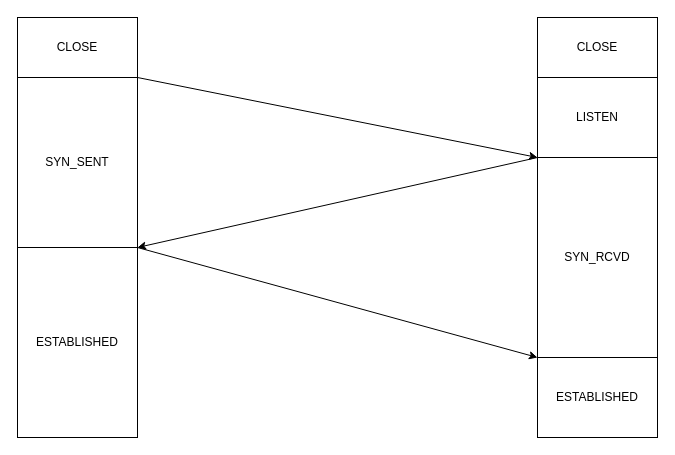
ayher/drawIo keeps this draw.io diagram as 未命名绘图.drawio. Above is the earlier version. Source tidied: cells renumbered, new cells numbered last; positions are measured from the earlier drawing's top-left corner, leaving out a move shared by most shapes. Both pictures are drawn from the tidied source at 100%, with x=0, y=0 at pixel (17, 17).
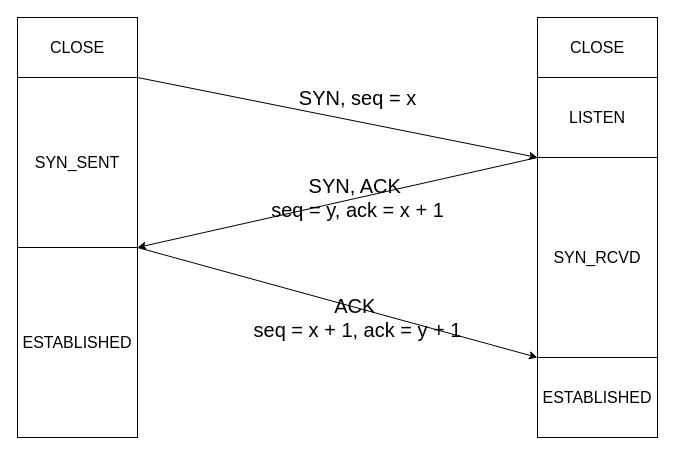
The same diagram, later.

Commit message (it also covers changes not shown here):
更新未命名绘图.drawio

The edit, as a diff of the source:
```diff
@@
 <mxGraphModel>
   <root>
     <mxCell id="0" />
     <mxCell id="1" parent="0" />
-    <mxCell id="2" value="CLOSE" style="rounded=0;whiteSpace=wrap;html=1;" parent="1" vertex="1">
+    <mxCell id="2" value="CLOSE" style="rounded=0;whiteSpace=wrap;html=1;fontSize=16;" parent="1" vertex="1">
       <mxGeometry width="120" height="60" as="geometry" />
     </mxCell>
-    <mxCell id="3" value="CLOSE" style="rounded=0;whiteSpace=wrap;html=1;" parent="1" vertex="1">
+    <mxCell id="3" value="CLOSE" style="rounded=0;whiteSpace=wrap;html=1;fontSize=16;" parent="1" vertex="1">
       <mxGeometry x="520" width="120" height="60" as="geometry" />
     </mxCell>
-    <mxCell id="4" value="SYN_SENT" style="rounded=0;whiteSpace=wrap;html=1;" parent="1" vertex="1">
+    <mxCell id="4" value="SYN_SENT" style="rounded=0;whiteSpace=wrap;html=1;fontSize=16;" parent="1" vertex="1">
       <mxGeometry y="60" width="120" height="170" as="geometry" />
     </mxCell>
-    <mxCell id="5" value="SYN_RCVD" style="rounded=0;whiteSpace=wrap;html=1;" parent="1" vertex="1">
+    <mxCell id="5" value="SYN_RCVD" style="rounded=0;whiteSpace=wrap;html=1;fontSize=16;" parent="1" vertex="1">
       <mxGeometry x="520" y="140" width="120" height="200" as="geometry" />
     </mxCell>
-    <mxCell id="6" style="endArrow=classic;html=1;rounded=0;exitX=1;exitY=1;exitDx=0;exitDy=0;entryX=0;entryY=0;entryDx=0;entryDy=0;" parent="1" edge="1" source="2" target="5">
+    <mxCell id="6" style="endArrow=classic;html=1;rounded=0;exitX=1;exitY=1;exitDx=0;exitDy=0;entryX=0;entryY=0;entryDx=0;entryDy=0;fontSize=16;" parent="1" edge="1" source="2" target="5">
       <mxGeometry relative="1" as="geometry" />
     </mxCell>
-    <mxCell id="7" value="LISTEN" style="rounded=0;whiteSpace=wrap;html=1;" parent="1" vertex="1">
+    <mxCell id="7" value="LISTEN" style="rounded=0;whiteSpace=wrap;html=1;fontSize=16;" parent="1" vertex="1">
       <mxGeometry x="520" y="60" width="120" height="80" as="geometry" />
     </mxCell>
-    <mxCell id="8" style="endArrow=classic;html=1;rounded=0;exitX=0;exitY=1;exitDx=0;exitDy=0;entryX=1;entryY=1;entryDx=0;entryDy=0;" parent="1" edge="1" source="7" target="4">
+    <mxCell id="8" style="endArrow=classic;html=1;rounded=0;exitX=0;exitY=1;exitDx=0;exitDy=0;entryX=1;entryY=1;entryDx=0;entryDy=0;fontSize=16;" parent="1" edge="1" source="7" target="4">
       <mxGeometry relative="1" as="geometry" />
     </mxCell>
-    <mxCell id="9" style="endArrow=classic;html=1;rounded=0;entryX=0;entryY=1;entryDx=0;entryDy=0;" parent="1" edge="1" target="5">
+    <mxCell id="9" style="endArrow=classic;html=1;rounded=0;entryX=0;entryY=1;entryDx=0;entryDy=0;fontSize=16;" parent="1" edge="1" target="5">
       <mxGeometry relative="1" as="geometry">
         <mxPoint x="120" y="230" as="sourcePoint" />
       </mxGeometry>
     </mxCell>
-    <mxCell id="10" value="ESTABLISHED" style="rounded=0;whiteSpace=wrap;html=1;" parent="1" vertex="1">
+    <mxCell id="10" value="ESTABLISHED" style="rounded=0;whiteSpace=wrap;html=1;fontSize=16;" parent="1" vertex="1">
       <mxGeometry y="230" width="120" height="190" as="geometry" />
     </mxCell>
-    <mxCell id="11" value="ESTABLISHED" style="rounded=0;whiteSpace=wrap;html=1;" parent="1" vertex="1">
+    <mxCell id="11" value="ESTABLISHED" style="rounded=0;whiteSpace=wrap;html=1;fontSize=16;" parent="1" vertex="1">
       <mxGeometry x="520" y="340" width="120" height="80" as="geometry" />
     </mxCell>
+    <mxCell id="12" value="SYN, seq = x" style="text;html=1;align=center;verticalAlign=middle;strokeColor=none;fillColor=none;fontSize=20;" parent="1" vertex="1">
+      <mxGeometry x="270" y="60" width="140" height="40" as="geometry" />
+    </mxCell>
+    <mxCell id="13" value="ACK&amp;nbsp;&lt;div style=&quot;font-size: 20px;&quot;&gt;seq = x + 1, ack = y + 1&lt;/div&gt;" style="text;html=1;align=center;verticalAlign=middle;strokeColor=none;fillColor=none;fontSize=20;" parent="1" vertex="1">
+      <mxGeometry x="225" y="270" width="230" height="60" as="geometry" />
+    </mxCell>
+    <mxCell id="14" value="SYN, ACK&amp;nbsp;&lt;div style=&quot;font-size: 20px;&quot;&gt;seq = y, ack = x + 1&lt;/div&gt;" style="text;html=1;align=center;verticalAlign=middle;strokeColor=none;fillColor=none;fontSize=20;labelBackgroundColor=none;" parent="1" vertex="1">
+      <mxGeometry x="240" y="150" width="200" height="60" as="geometry" />
+    </mxCell>
   </root>
 </mxGraphModel>
```
